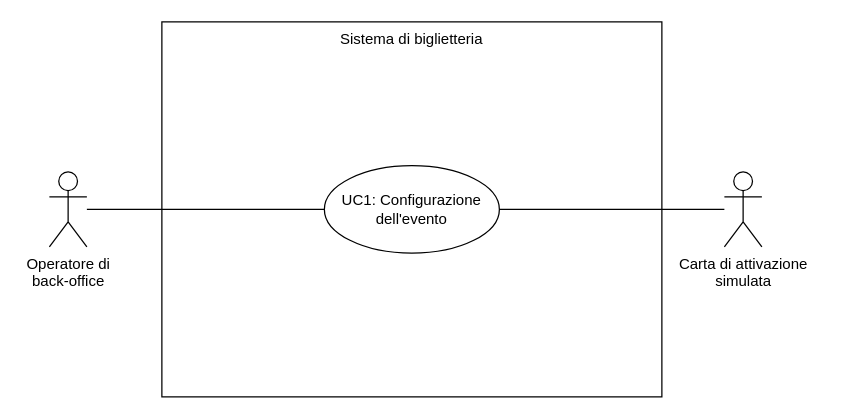
Leddosja/thesis-EdisHodja keeps this draw.io diagram as page "uc-1" (1 of 7) of img/diagrams/drawer.drawio. Above is the earlier version. Source tidied: cells renumbered, new cells numbered last; positions are measured from the earlier drawing's top-left corner, leaving out a move shared by most shapes. Both pictures are drawn from the tidied source at 125%, with x=0, y=0 at pixel (49, 21).
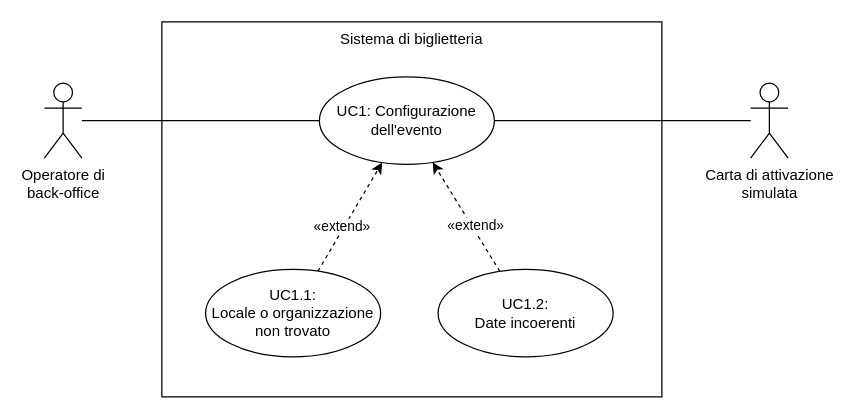
Above is the later version.

The edit, as a diff of the source:
```diff
@@
 <mxGraphModel background="#FFFFFF">
   <root>
     <mxCell id="0" />
     <mxCell id="1" parent="0" />
     <mxCell id="2" value="Sistema di biglietteria" style="rounded=0;whiteSpace=wrap;html=1;fillColor=default;verticalAlign=top;" parent="1" vertex="1">
       <mxGeometry x="90" width="400" height="300" as="geometry" />
     </mxCell>
     <mxCell id="3" value="UC1: Configurazione dell'evento" style="ellipse;whiteSpace=wrap;html=1;rounded=0;strokeColor=default;align=center;verticalAlign=middle;fontFamily=Helvetica;fontSize=12;fontColor=default;fillColor=default;" parent="1" vertex="1">
-      <mxGeometry x="220" y="115" width="140" height="70" as="geometry" />
+      <mxGeometry x="216" y="44" width="140" height="70" as="geometry" />
     </mxCell>
     <mxCell id="4" style="edgeStyle=none;html=1;entryX=0;entryY=0.5;entryDx=0;entryDy=0;endArrow=none;endFill=0;" parent="1" edge="1" source="5" target="3">
       <mxGeometry relative="1" as="geometry" />
     </mxCell>
     <mxCell id="5" value="Operatore di&lt;br&gt;back-office" style="shape=umlActor;verticalLabelPosition=bottom;verticalAlign=top;html=1;rounded=0;strokeColor=default;align=center;fontFamily=Helvetica;fontSize=12;fontColor=default;fillColor=default;" parent="1" vertex="1">
-      <mxGeometry y="120" width="30" height="60" as="geometry" />
+      <mxGeometry x="-4" y="49" width="30" height="60" as="geometry" />
     </mxCell>
+    <mxCell id="8" style="edgeStyle=none;html=1;dashed=1;" parent="1" edge="1" source="10" target="3">
+      <mxGeometry relative="1" as="geometry" />
+    </mxCell>
+    <mxCell id="9" value="«extend»" style="edgeLabel;html=1;align=center;verticalAlign=middle;" parent="8" vertex="1">
+      <mxGeometry x="-0.18" y="2" relative="1" as="geometry" />
+    </mxCell>
+    <mxCell id="10" value="UC1.1:&lt;br&gt;Locale o organizzazione&lt;br&gt;non trovato" style="ellipse;whiteSpace=wrap;html=1;rounded=0;strokeColor=default;align=center;verticalAlign=middle;fontFamily=Helvetica;fontSize=12;fontColor=default;fillColor=default;" parent="1" vertex="1">
+      <mxGeometry x="125" y="198" width="140" height="70" as="geometry" />
+    </mxCell>
+    <mxCell id="11" style="edgeStyle=none;html=1;dashed=1;" parent="1" edge="1" source="13" target="3">
+      <mxGeometry relative="1" as="geometry" />
+    </mxCell>
+    <mxCell id="12" value="&lt;span style=&quot;color: rgb(0, 0, 0);&quot;&gt;«extend»&lt;/span&gt;" style="edgeLabel;html=1;align=center;verticalAlign=middle;" parent="11" vertex="1">
+      <mxGeometry x="-0.18" y="-2" relative="1" as="geometry" />
+    </mxCell>
+    <mxCell id="13" value="UC1.2:&lt;div&gt;Date incoerenti&lt;/div&gt;" style="ellipse;whiteSpace=wrap;html=1;rounded=0;strokeColor=default;align=center;verticalAlign=middle;fontFamily=Helvetica;fontSize=12;fontColor=default;fillColor=default;" parent="1" vertex="1">
+      <mxGeometry x="311" y="198" width="140" height="70" as="geometry" />
+    </mxCell>
     <mxCell id="6" style="edgeStyle=none;html=1;entryX=1;entryY=0.5;entryDx=0;entryDy=0;endArrow=none;endFill=0;" parent="1" edge="1" source="7" target="3">
       <mxGeometry relative="1" as="geometry" />
     </mxCell>
     <mxCell id="7" value="Carta di attivazione&lt;br&gt;simulata" style="shape=umlActor;verticalLabelPosition=bottom;verticalAlign=top;html=1;rounded=0;strokeColor=default;align=center;fontFamily=Helvetica;fontSize=12;fontColor=default;fillColor=default;" parent="1" vertex="1">
-      <mxGeometry x="540" y="120" width="30" height="60" as="geometry" />
+      <mxGeometry x="561" y="49" width="30" height="60" as="geometry" />
     </mxCell>
   </root>
 </mxGraphModel>
```
